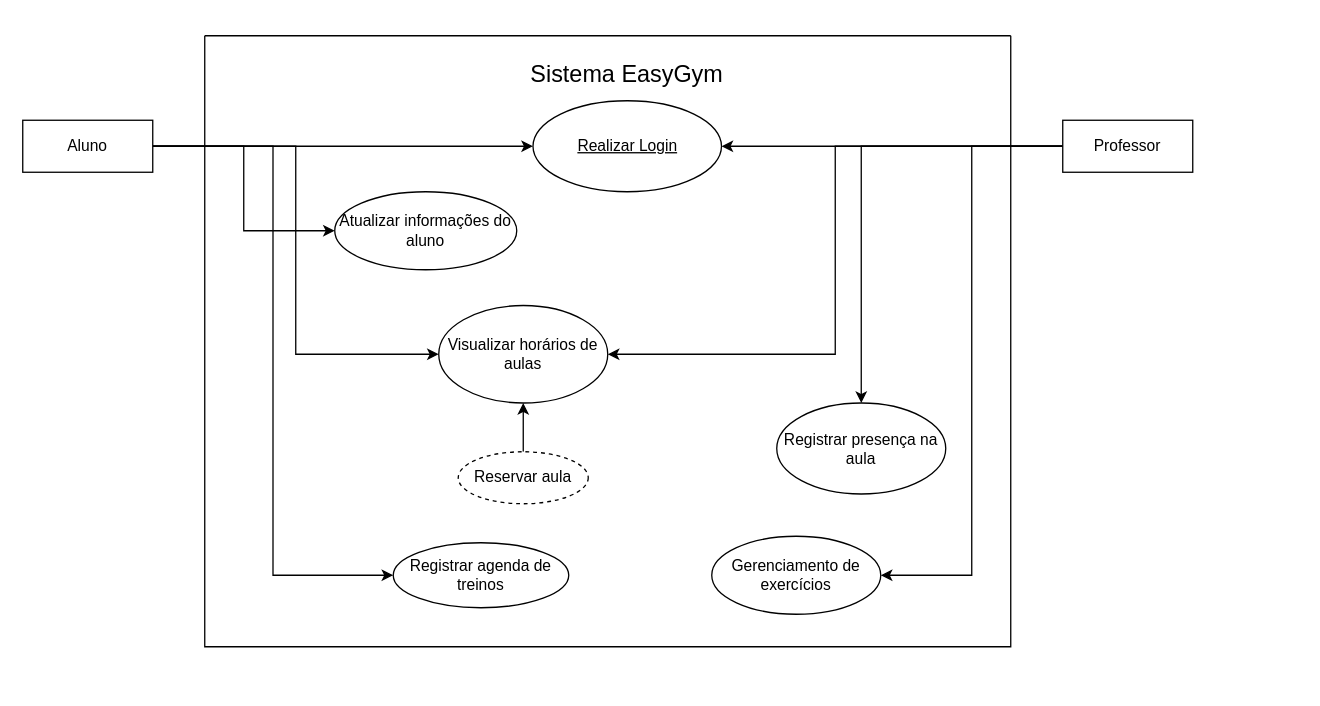
joanex01/ProjetoMPS keeps this draw.io diagram as Diagrama de casos de uso.drawio. Above is the earlier version. Source tidied: cells renumbered, new cells numbered last; positions are measured from the earlier drawing's top-left corner, leaving out a move shared by most shapes. Both pictures are drawn from the tidied source at 130%, with x=0, y=0 at pixel (22, 22).
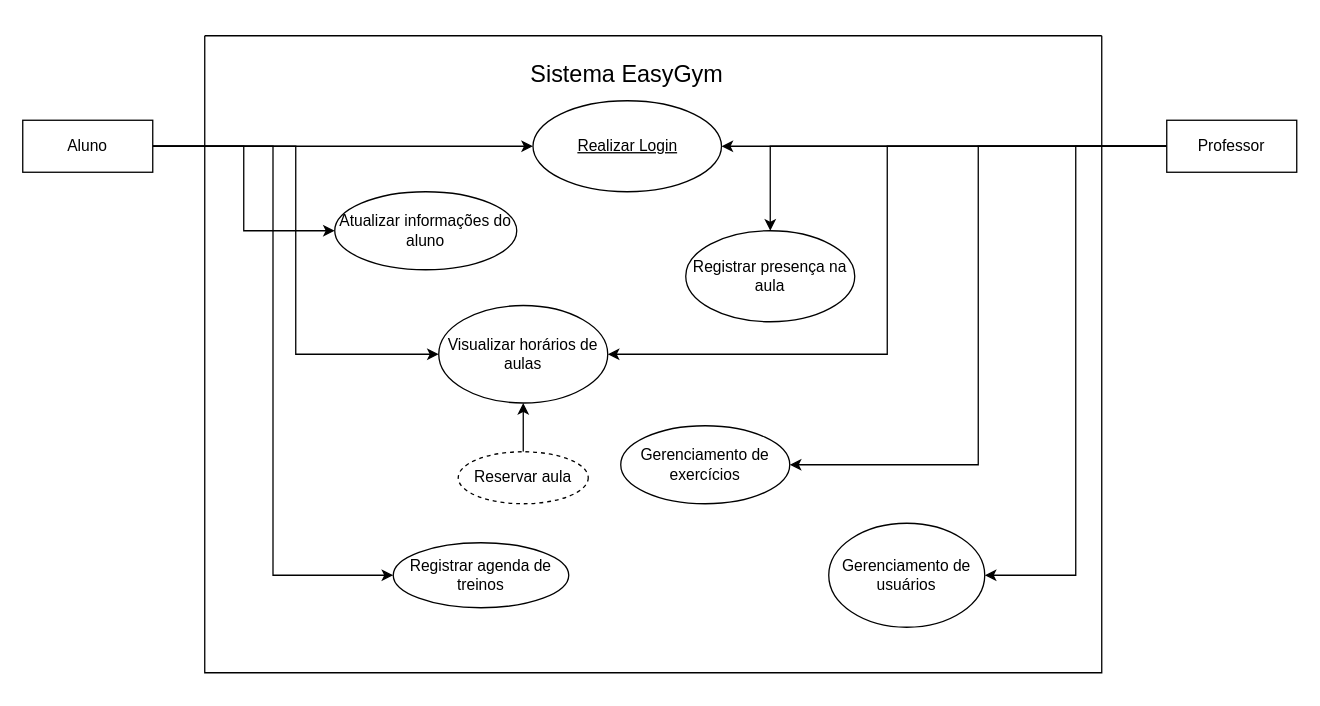
After the change.

The edit, as a diff of the source:
```diff
@@
     <mxCell id="2" style="swimlane;startSize=0;" parent="1" vertex="1">
-      <mxGeometry x="140" y="10" width="620" height="470" as="geometry" />
+      <mxGeometry x="140" y="10" width="690" height="490" as="geometry" />
     </mxCell>
@@
     <mxCell id="9" value="Registrar presença na aula" style="ellipse;whiteSpace=wrap;html=1;align=center;" parent="2" vertex="1">
-      <mxGeometry x="440" y="282.5" width="130" height="70" as="geometry" />
+      <mxGeometry x="370" y="150" width="130" height="70" as="geometry" />
     </mxCell>
@@
     <mxCell id="11" value="Gerenciamento de exercícios" style="ellipse;whiteSpace=wrap;html=1;align=center;" parent="2" vertex="1">
-      <mxGeometry x="390" y="385" width="130" height="60" as="geometry" />
+      <mxGeometry x="320" y="300" width="130" height="60" as="geometry" />
     </mxCell>
+    <mxCell id="22" value="Gerenciamento de usuários" style="ellipse;whiteSpace=wrap;html=1;" parent="2" vertex="1">
+      <mxGeometry x="480" y="375" width="120" height="80" as="geometry" />
+    </mxCell>
@@
+    <mxCell id="23" style="edgeStyle=orthogonalEdgeStyle;rounded=0;jettySize=auto;html=1;entryX=1;entryY=0.5;entryDx=0;entryDy=0;" parent="1" edge="1" source="21" target="22">
+      <mxGeometry relative="1" as="geometry" />
+    </mxCell>
     <mxCell id="21" value="Professor" style="whiteSpace=wrap;html=1;align=center;" parent="1" vertex="1">
-      <mxGeometry x="800" y="75" width="100" height="40" as="geometry" />
+      <mxGeometry x="880" y="75" width="100" height="40" as="geometry" />
     </mxCell>
+    <mxCell id="24" style="edgeStyle=orthogonalEdgeStyle;rounded=0;orthogonalLoop=1;jettySize=auto;html=1;exitX=0.5;exitY=1;exitDx=0;exitDy=0;" parent="1" edge="1" source="2" target="2">
+      <mxGeometry relative="1" as="geometry" />
+    </mxCell>
```
